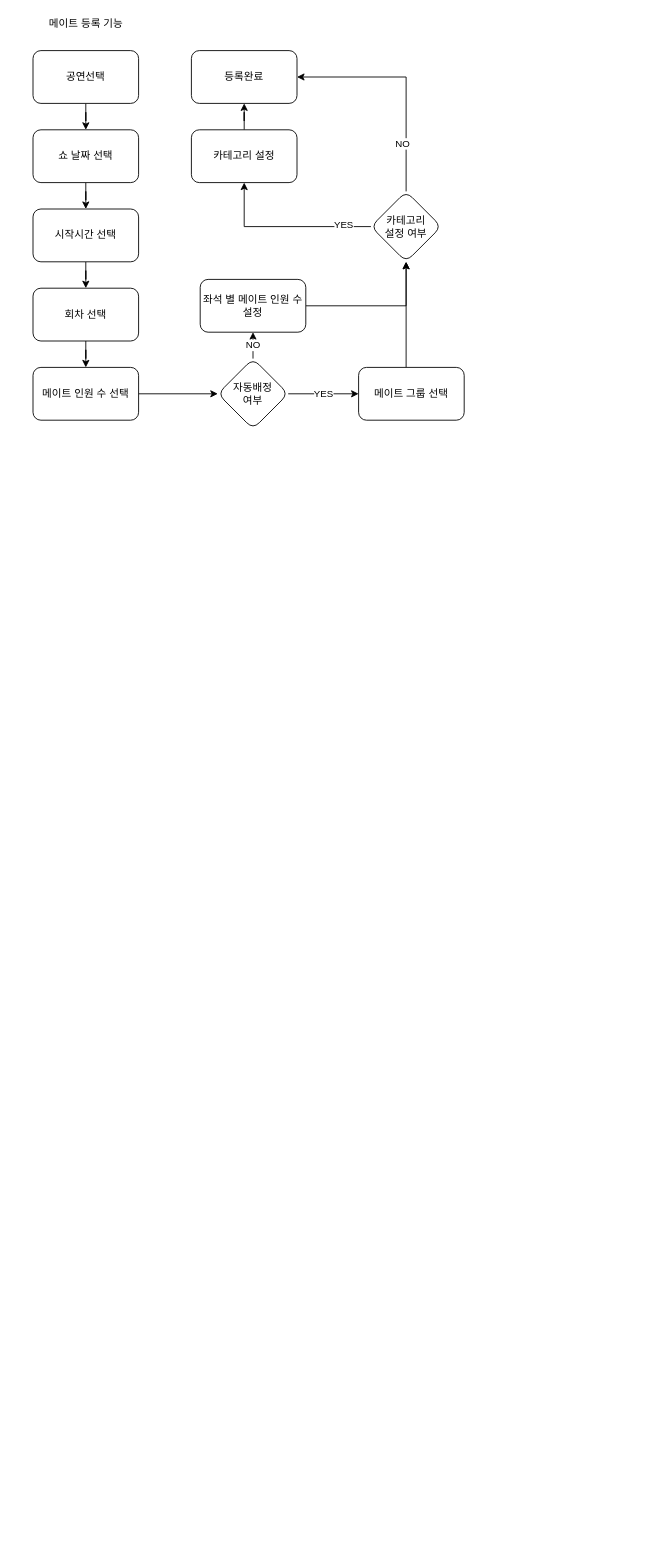
The draw.io diagram page "Page-4" (4 of 5) of Untitled Diagram.drawio in dahun428/FOR2, before the edit. Source tidied: cells renumbered, new cells numbered last; positions are measured from the earlier drawing's top-left corner, leaving out a move shared by most shapes. Both pictures are drawn from the tidied source at 88%, with x=0, y=0 at pixel (33, 15).
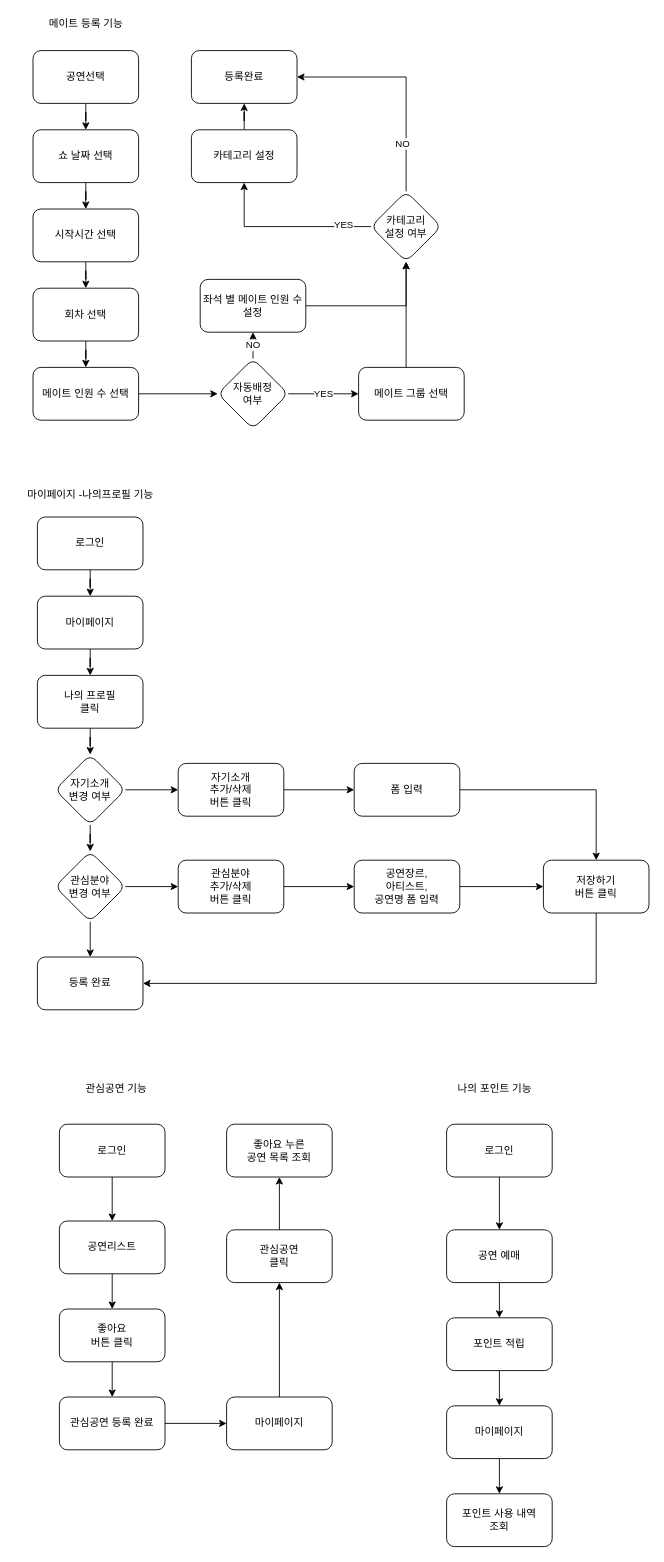
Above is the later version.

What changed in the source:
```diff
@@
+    <mxCell id="28" style="edgeStyle=orthogonalEdgeStyle;rounded=0;jettySize=auto;html=1;" parent="1" edge="1" source="29" target="32">
+      <mxGeometry relative="1" as="geometry" />
+    </mxCell>
+    <mxCell id="29" value="마이페이지" style="rounded=1;whiteSpace=wrap;html=1;" parent="1" vertex="1">
+      <mxGeometry x="5" y="660" width="120" height="60" as="geometry" />
+    </mxCell>
+    <mxCell id="30" value="마이페이지 -나의프로필 기능" style="text;html=1;align=center;verticalAlign=middle;" parent="1" vertex="1">
+      <mxGeometry x="-20" y="535" width="170" height="20" as="geometry" />
+    </mxCell>
+    <mxCell id="31" style="edgeStyle=orthogonalEdgeStyle;rounded=0;jettySize=auto;html=1;" parent="1" edge="1" source="32" target="35">
+      <mxGeometry relative="1" as="geometry" />
+    </mxCell>
+    <mxCell id="32" value="나의 프로필&lt;br&gt;클릭" style="whiteSpace=wrap;html=1;rounded=1;" parent="1" vertex="1">
+      <mxGeometry x="5" y="750" width="120" height="60" as="geometry" />
+    </mxCell>
+    <mxCell id="33" style="edgeStyle=orthogonalEdgeStyle;rounded=0;jettySize=auto;html=1;" parent="1" edge="1" source="35" target="40">
+      <mxGeometry relative="1" as="geometry" />
+    </mxCell>
+    <mxCell id="34" style="edgeStyle=orthogonalEdgeStyle;rounded=0;jettySize=auto;html=1;" parent="1" edge="1" source="35" target="43">
+      <mxGeometry relative="1" as="geometry" />
+    </mxCell>
+    <mxCell id="35" value="자기소개&lt;br&gt;변경 여부" style="rhombus;whiteSpace=wrap;html=1;rounded=1;" parent="1" vertex="1">
+      <mxGeometry x="25" y="840" width="80" height="80" as="geometry" />
+    </mxCell>
+    <mxCell id="36" style="edgeStyle=orthogonalEdgeStyle;rounded=0;jettySize=auto;html=1;" parent="1" edge="1" source="37" target="29">
+      <mxGeometry relative="1" as="geometry" />
+    </mxCell>
+    <mxCell id="37" value="로그인" style="rounded=1;whiteSpace=wrap;html=1;" parent="1" vertex="1">
+      <mxGeometry x="5" y="570" width="120" height="60" as="geometry" />
+    </mxCell>
+    <mxCell id="38" style="edgeStyle=orthogonalEdgeStyle;rounded=0;jettySize=auto;html=1;" parent="1" edge="1" source="40" target="41">
+      <mxGeometry relative="1" as="geometry" />
+    </mxCell>
+    <mxCell id="39" style="edgeStyle=orthogonalEdgeStyle;rounded=0;jettySize=auto;html=1;" parent="1" edge="1" source="40" target="47">
+      <mxGeometry relative="1" as="geometry" />
+    </mxCell>
+    <mxCell id="40" value="관심분야&lt;br&gt;변경 여부" style="rhombus;whiteSpace=wrap;html=1;rounded=1;" parent="1" vertex="1">
+      <mxGeometry x="25" y="950" width="80" height="80" as="geometry" />
+    </mxCell>
+    <mxCell id="41" value="등록 완료" style="whiteSpace=wrap;html=1;rounded=1;" parent="1" vertex="1">
+      <mxGeometry x="5" y="1070" width="120" height="60" as="geometry" />
+    </mxCell>
+    <mxCell id="42" style="edgeStyle=orthogonalEdgeStyle;rounded=0;jettySize=auto;html=1;" parent="1" edge="1" source="43" target="45">
+      <mxGeometry relative="1" as="geometry" />
+    </mxCell>
+    <mxCell id="43" value="자기소개&lt;br&gt;추가/삭제&lt;br&gt;버튼 클릭" style="whiteSpace=wrap;html=1;rounded=1;" parent="1" vertex="1">
+      <mxGeometry x="165" y="850" width="120" height="60" as="geometry" />
+    </mxCell>
+    <mxCell id="44" style="edgeStyle=orthogonalEdgeStyle;rounded=0;jettySize=auto;html=1;" parent="1" edge="1" source="45" target="51">
+      <mxGeometry relative="1" as="geometry" />
+    </mxCell>
+    <mxCell id="45" value="폼 입력" style="whiteSpace=wrap;html=1;rounded=1;" parent="1" vertex="1">
+      <mxGeometry x="365" y="850" width="120" height="60" as="geometry" />
+    </mxCell>
+    <mxCell id="46" style="edgeStyle=orthogonalEdgeStyle;rounded=0;jettySize=auto;html=1;" parent="1" edge="1" source="47" target="49">
+      <mxGeometry relative="1" as="geometry" />
+    </mxCell>
+    <mxCell id="47" value="관심분야&lt;br&gt;추가/삭제&lt;br&gt;버튼 클릭" style="whiteSpace=wrap;html=1;rounded=1;" parent="1" vertex="1">
+      <mxGeometry x="165" y="960" width="120" height="60" as="geometry" />
+    </mxCell>
+    <mxCell id="48" style="edgeStyle=orthogonalEdgeStyle;rounded=0;jettySize=auto;html=1;" parent="1" edge="1" source="49" target="51">
+      <mxGeometry relative="1" as="geometry" />
+    </mxCell>
+    <mxCell id="49" value="공연장르,&lt;br&gt;아티스트,&lt;br&gt;공연명 폼 입력" style="whiteSpace=wrap;html=1;rounded=1;" parent="1" vertex="1">
+      <mxGeometry x="365" y="960" width="120" height="60" as="geometry" />
+    </mxCell>
+    <mxCell id="50" style="edgeStyle=orthogonalEdgeStyle;rounded=0;jettySize=auto;html=1;entryX=1;entryY=0.5;entryDx=0;entryDy=0;" parent="1" edge="1" source="51" target="41">
+      <mxGeometry relative="1" as="geometry">
+        <Array as="points">
+          <mxPoint x="640" y="1100" />
+        </Array>
+      </mxGeometry>
+    </mxCell>
+    <mxCell id="51" value="저장하기&lt;br&gt;버튼 클릭" style="whiteSpace=wrap;html=1;rounded=1;" parent="1" vertex="1">
+      <mxGeometry x="580" y="960" width="120" height="60" as="geometry" />
+    </mxCell>
+    <mxCell id="52" style="edgeStyle=orthogonalEdgeStyle;rounded=0;jettySize=auto;html=1;" parent="1" edge="1" source="53" target="56">
+      <mxGeometry relative="1" as="geometry" />
+    </mxCell>
+    <mxCell id="53" value="공연리스트" style="rounded=1;whiteSpace=wrap;html=1;" parent="1" vertex="1">
+      <mxGeometry x="30" y="1370" width="120" height="60" as="geometry" />
+    </mxCell>
+    <mxCell id="54" value="관심공연 기능" style="text;html=1;strokeColor=none;fillColor=none;align=center;verticalAlign=middle;whiteSpace=wrap;rounded=0;" parent="1" vertex="1">
+      <mxGeometry y="1210" width="190" height="20" as="geometry" />
+    </mxCell>
+    <mxCell id="55" style="edgeStyle=orthogonalEdgeStyle;rounded=0;jettySize=auto;html=1;" parent="1" edge="1" source="56" target="60">
+      <mxGeometry relative="1" as="geometry" />
+    </mxCell>
+    <mxCell id="56" value="좋아요&lt;br&gt;버튼 클릭" style="whiteSpace=wrap;html=1;rounded=1;" parent="1" vertex="1">
+      <mxGeometry x="30" y="1470" width="120" height="60" as="geometry" />
+    </mxCell>
+    <mxCell id="57" style="edgeStyle=orthogonalEdgeStyle;rounded=0;jettySize=auto;html=1;" parent="1" edge="1" source="58" target="53">
+      <mxGeometry relative="1" as="geometry" />
+    </mxCell>
+    <mxCell id="58" value="로그인" style="rounded=1;whiteSpace=wrap;html=1;" parent="1" vertex="1">
+      <mxGeometry x="30" y="1260" width="120" height="60" as="geometry" />
+    </mxCell>
+    <mxCell id="59" style="edgeStyle=orthogonalEdgeStyle;rounded=0;jettySize=auto;html=1;" parent="1" edge="1" source="60" target="62">
+      <mxGeometry relative="1" as="geometry" />
+    </mxCell>
+    <mxCell id="60" value="관심공연 등록 완료" style="whiteSpace=wrap;html=1;rounded=1;" parent="1" vertex="1">
+      <mxGeometry x="30" y="1570" width="120" height="60" as="geometry" />
+    </mxCell>
+    <mxCell id="61" style="edgeStyle=orthogonalEdgeStyle;rounded=0;jettySize=auto;html=1;" parent="1" edge="1" source="62" target="64">
+      <mxGeometry relative="1" as="geometry" />
+    </mxCell>
+    <mxCell id="62" value="마이페이지" style="whiteSpace=wrap;html=1;rounded=1;" parent="1" vertex="1">
+      <mxGeometry x="220" y="1570" width="120" height="60" as="geometry" />
+    </mxCell>
+    <mxCell id="63" style="edgeStyle=orthogonalEdgeStyle;rounded=0;jettySize=auto;html=1;" parent="1" edge="1" source="64" target="65">
+      <mxGeometry relative="1" as="geometry" />
+    </mxCell>
+    <mxCell id="64" value="관심공연&lt;br&gt;클릭" style="whiteSpace=wrap;html=1;rounded=1;" parent="1" vertex="1">
+      <mxGeometry x="220" y="1380" width="120" height="60" as="geometry" />
+    </mxCell>
+    <mxCell id="65" value="좋아요 누른&lt;br&gt;공연 목록 조회" style="whiteSpace=wrap;html=1;rounded=1;" parent="1" vertex="1">
+      <mxGeometry x="220" y="1260" width="120" height="60" as="geometry" />
+    </mxCell>
+    <mxCell id="66" value="나의 포인트 기능" style="text;html=1;strokeColor=none;fillColor=none;align=center;verticalAlign=middle;whiteSpace=wrap;rounded=0;" parent="1" vertex="1">
+      <mxGeometry x="470" y="1210" width="110" height="20" as="geometry" />
+    </mxCell>
+    <mxCell id="67" style="edgeStyle=orthogonalEdgeStyle;rounded=0;jettySize=auto;html=1;" parent="1" edge="1" source="68" target="70">
+      <mxGeometry relative="1" as="geometry" />
+    </mxCell>
+    <mxCell id="68" value="로그인" style="rounded=1;whiteSpace=wrap;html=1;" parent="1" vertex="1">
+      <mxGeometry x="470" y="1260" width="120" height="60" as="geometry" />
+    </mxCell>
+    <mxCell id="69" style="edgeStyle=orthogonalEdgeStyle;rounded=0;jettySize=auto;html=1;" parent="1" edge="1" source="70" target="72">
+      <mxGeometry relative="1" as="geometry" />
+    </mxCell>
+    <mxCell id="70" value="공연 예매" style="whiteSpace=wrap;html=1;rounded=1;" parent="1" vertex="1">
+      <mxGeometry x="470" y="1380" width="120" height="60" as="geometry" />
+    </mxCell>
+    <mxCell id="71" style="edgeStyle=orthogonalEdgeStyle;rounded=0;jettySize=auto;html=1;" parent="1" edge="1" source="72" target="74">
+      <mxGeometry relative="1" as="geometry" />
+    </mxCell>
+    <mxCell id="72" value="포인트 적립" style="whiteSpace=wrap;html=1;rounded=1;" parent="1" vertex="1">
+      <mxGeometry x="470" y="1480" width="120" height="60" as="geometry" />
+    </mxCell>
+    <mxCell id="73" style="edgeStyle=orthogonalEdgeStyle;rounded=0;jettySize=auto;html=1;" parent="1" edge="1" source="74" target="75">
+      <mxGeometry relative="1" as="geometry" />
+    </mxCell>
+    <mxCell id="74" value="마이페이지" style="whiteSpace=wrap;html=1;rounded=1;" parent="1" vertex="1">
+      <mxGeometry x="470" y="1580" width="120" height="60" as="geometry" />
+    </mxCell>
+    <mxCell id="75" value="포인트 사용 내역&lt;br&gt;조회" style="whiteSpace=wrap;html=1;rounded=1;" parent="1" vertex="1">
+      <mxGeometry x="470" y="1680" width="120" height="60" as="geometry" />
+    </mxCell>
```
